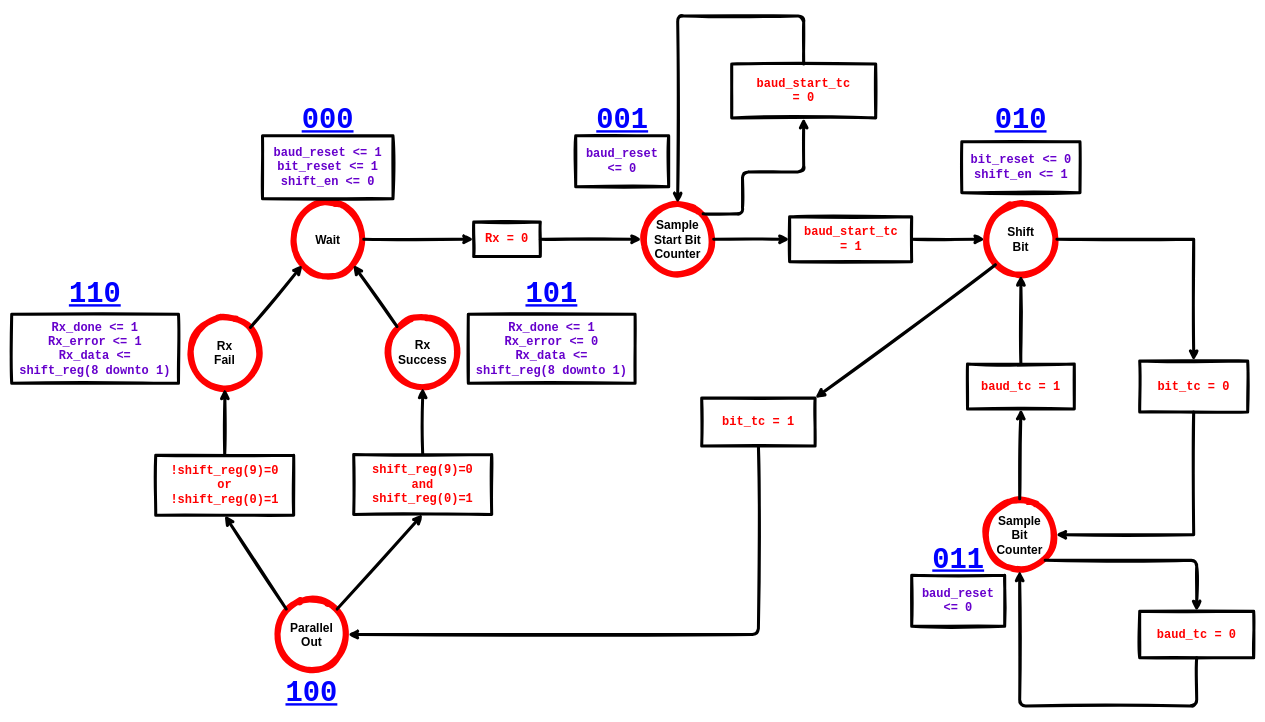
Earlier version of the draw.io diagram diagrams/Receiver/Receiver State Machine.drawio (mubbie/es31-wordle). Source tidied: cells renumbered, new cells numbered last; positions are measured from the earlier drawing's top-left corner, leaving out a move shared by most shapes. Both pictures are drawn from the tidied source at 60%, with x=0, y=0 at pixel (11, 16).
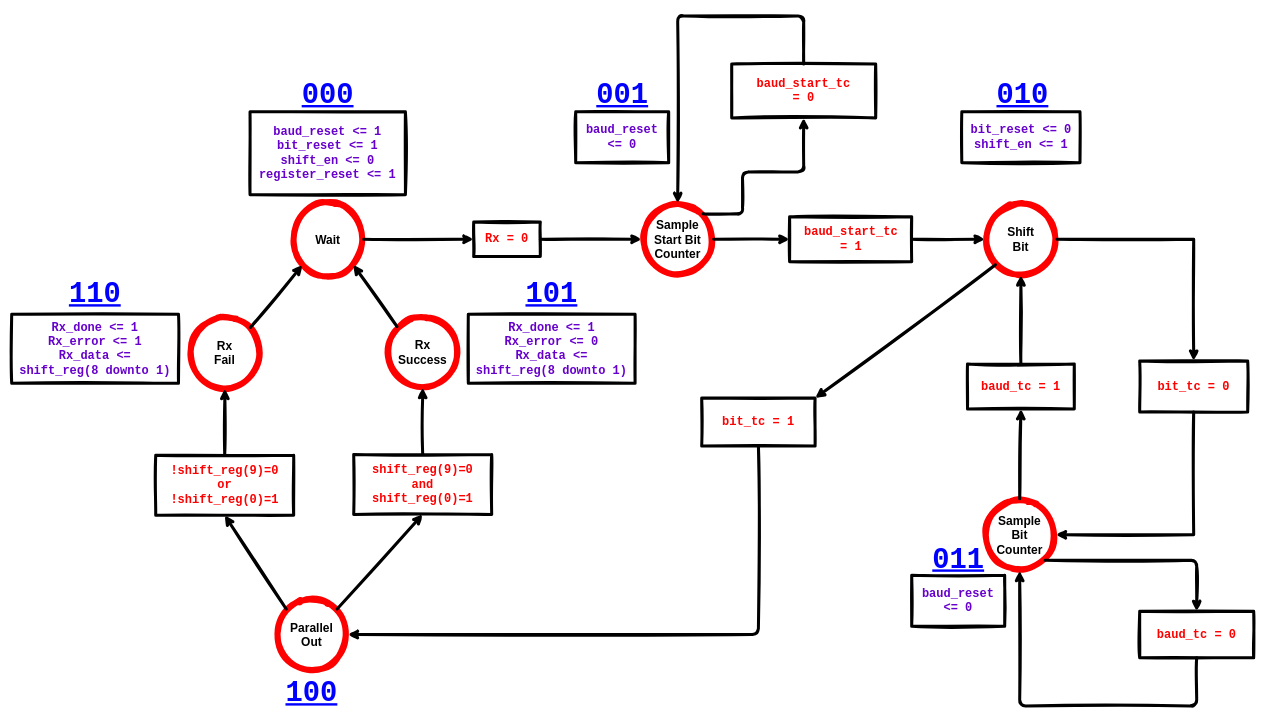
The same page after the edit.

Change to the diagram source:
```diff
@@
     <mxCell id="17" value="&lt;font size=&quot;1&quot; style=&quot;&quot; face=&quot;Courier New&quot;&gt;&lt;b style=&quot;&quot;&gt;&lt;u style=&quot;font-size: 48px;&quot;&gt;000&lt;/u&gt;&lt;/b&gt;&lt;/font&gt;" style="text;html=1;strokeColor=none;fillColor=none;align=center;verticalAlign=middle;whiteSpace=wrap;rounded=0;fontColor=#0000FF;sketch=1;" parent="1" vertex="1">
-      <mxGeometry x="496.8" y="159.8" width="60" height="30" as="geometry" />
+      <mxGeometry x="496.8" y="118" width="60" height="30" as="geometry" />
     </mxCell>
     <mxCell id="18" value="&lt;font size=&quot;1&quot; style=&quot;&quot; face=&quot;Courier New&quot;&gt;&lt;b style=&quot;&quot;&gt;&lt;u style=&quot;font-size: 48px;&quot;&gt;001&lt;/u&gt;&lt;/b&gt;&lt;/font&gt;" style="text;html=1;strokeColor=none;fillColor=none;align=center;verticalAlign=middle;whiteSpace=wrap;rounded=0;fontColor=#0000FF;sketch=1;" parent="1" vertex="1">
-      <mxGeometry x="987.5" y="159.8" width="60" height="30" as="geometry" />
+      <mxGeometry x="987.5" y="118" width="60" height="30" as="geometry" />
     </mxCell>
     <mxCell id="19" value="&lt;font size=&quot;1&quot; style=&quot;&quot; face=&quot;Courier New&quot;&gt;&lt;b style=&quot;&quot;&gt;&lt;u style=&quot;font-size: 48px;&quot;&gt;010&lt;/u&gt;&lt;/b&gt;&lt;/font&gt;" style="text;html=1;strokeColor=none;fillColor=none;align=center;verticalAlign=middle;whiteSpace=wrap;rounded=0;fontColor=#0000FF;sketch=1;" parent="1" vertex="1">
-      <mxGeometry x="1652" y="159.8" width="60" height="30" as="geometry" />
+      <mxGeometry x="1655" y="118" width="60" height="30" as="geometry" />
     </mxCell>
@@
     <mxCell id="32" value="&lt;font color=&quot;#6600cc&quot; style=&quot;font-size: 20px;&quot; face=&quot;Courier New&quot;&gt;&lt;b style=&quot;&quot;&gt;bit_reset &amp;lt;= 0&lt;br&gt;shift_en &amp;lt;= 1&lt;br&gt;&lt;/b&gt;&lt;/font&gt;" style="text;html=1;strokeColor=default;fillColor=none;align=center;verticalAlign=middle;whiteSpace=wrap;rounded=0;fontColor=#0000FF;sketch=1;strokeWidth=5;" parent="1" vertex="1">
-      <mxGeometry x="1583.5" y="209.8" width="197" height="85" as="geometry" />
+      <mxGeometry x="1583.5" y="159.8" width="197" height="85" as="geometry" />
     </mxCell>
@@
     <mxCell id="37" value="&lt;font color=&quot;#6600cc&quot; size=&quot;1&quot; style=&quot;&quot; face=&quot;Courier New&quot;&gt;&lt;b style=&quot;font-size: 20px;&quot;&gt;baud_reset &amp;lt;= 0&lt;br&gt;&lt;/b&gt;&lt;/font&gt;" style="text;html=1;strokeColor=default;fillColor=none;align=center;verticalAlign=middle;whiteSpace=wrap;rounded=0;fontColor=#0000FF;sketch=1;strokeWidth=5;" parent="1" vertex="1">
-      <mxGeometry x="940" y="199.8" width="155" height="85" as="geometry" />
+      <mxGeometry x="940" y="159.8" width="155" height="85" as="geometry" />
     </mxCell>
-    <mxCell id="38" value="&lt;font color=&quot;#6600cc&quot; style=&quot;font-size: 20px;&quot; face=&quot;Courier New&quot;&gt;&lt;b style=&quot;&quot;&gt;baud_reset &amp;lt;= 1&lt;br&gt;bit_reset &amp;lt;= 1&lt;br&gt;shift_en &amp;lt;= 0&lt;br&gt;&lt;/b&gt;&lt;/font&gt;" style="text;html=1;strokeColor=default;fillColor=none;align=center;verticalAlign=middle;whiteSpace=wrap;rounded=0;fontColor=#0000FF;sketch=1;strokeWidth=5;" parent="1" vertex="1">
-      <mxGeometry x="418" y="199.8" width="217.5" height="105" as="geometry" />
+    <mxCell id="38" value="&lt;font color=&quot;#6600cc&quot; style=&quot;font-size: 20px;&quot; face=&quot;Courier New&quot;&gt;&lt;b style=&quot;&quot;&gt;baud_reset &amp;lt;= 1&lt;br&gt;bit_reset &amp;lt;= 1&lt;br&gt;shift_en &amp;lt;= 0&lt;br&gt;register_reset &amp;lt;= 1&lt;br&gt;&lt;/b&gt;&lt;/font&gt;" style="text;html=1;strokeColor=default;fillColor=none;align=center;verticalAlign=middle;whiteSpace=wrap;rounded=0;fontColor=#0000FF;sketch=1;strokeWidth=5;" parent="1" vertex="1">
+      <mxGeometry x="397.2" y="159.8" width="259" height="138.2" as="geometry" />
     </mxCell>
```
